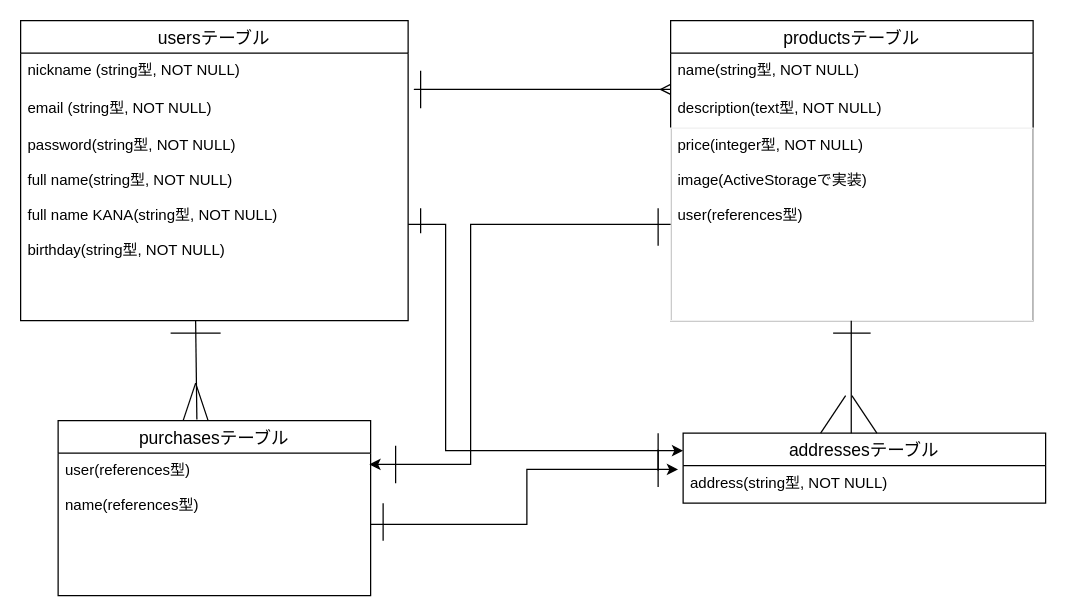
akaohiroki/furima-30204 keeps this draw.io diagram as test.dio. Above is the earlier version. Source tidied: cells renumbered, new cells numbered last; positions are measured from the earlier drawing's top-left corner, leaving out a move shared by most shapes. Both pictures are drawn from the tidied source at 125%, with x=0, y=0 at pixel (20, 20).
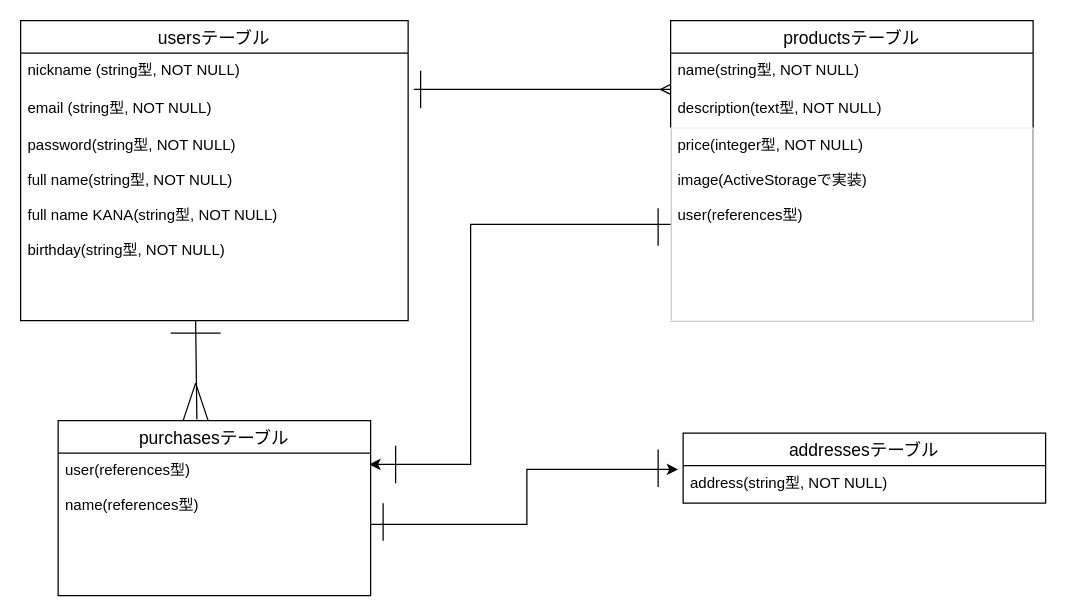
The same diagram, later.

Commit message (it also covers changes not shown here):
README, ER図の作成(修正)

The change refers to these unchanged cells:
```xml
<mxCell id="5" value="password(string型, NOT NULL)&#10;&#10;full name(string型, NOT NULL)&#10;&#10;full name KANA(string型, NOT NULL)&#10;&#10;birthday(string型, NOT NULL)" style="text;strokeColor=none;fillColor=none;spacingLeft=4;spacingRight=4;overflow=hidden;points=[[0,0.5],[1,0.5]];portConstraint=eastwest;fontSize=12;" parent="2" vertex="1">
  <mxGeometry y="86" width="310" height="154" as="geometry" />
</mxCell>
<mxCell id="12" value="addressesテーブル" style="swimlane;fontStyle=0;horizontal=1;startSize=26;align=center;fontSize=14;" parent="1" vertex="1">
  <mxGeometry x="530" y="330" width="290" height="56" as="geometry" />
</mxCell>
```

Change to the diagram source:
```diff
@@
-    <mxCell id="15" style="endArrow=none;html=1;" parent="1" edge="1">
-      <mxGeometry relative="1" as="geometry">
-        <mxPoint x="664.5" y="330" as="sourcePoint" />
-        <mxPoint x="664.5" y="240" as="targetPoint" />
-      </mxGeometry>
-    </mxCell>
-    <mxCell id="16" style="endArrow=none;html=1;" parent="1" edge="1">
-      <mxGeometry relative="1" as="geometry">
-        <mxPoint x="640" y="330" as="sourcePoint" />
-        <mxPoint x="660" y="300" as="targetPoint" />
-      </mxGeometry>
-    </mxCell>
-    <mxCell id="17" style="endArrow=none;html=1;" parent="1" edge="1">
-      <mxGeometry relative="1" as="geometry">
-        <mxPoint x="685" y="330" as="sourcePoint" />
-        <mxPoint x="665" y="300" as="targetPoint" />
-      </mxGeometry>
-    </mxCell>
@@
-    <mxCell id="25" style="edgeStyle=orthogonalEdgeStyle;rounded=0;jettySize=auto;html=1;exitX=1;exitY=0.5;exitDx=0;exitDy=0;entryX=0;entryY=0.25;entryDx=0;entryDy=0;" parent="1" edge="1" source="5" target="12">
-      <mxGeometry relative="1" as="geometry">
-        <Array as="points">
-          <mxPoint x="340" y="163" />
-          <mxPoint x="340" y="344" />
-        </Array>
-      </mxGeometry>
-    </mxCell>
-    <mxCell id="26" style="endArrow=none;html=1;" parent="1" edge="1">
-      <mxGeometry relative="1" as="geometry">
-        <mxPoint x="510" y="360" as="sourcePoint" />
-        <mxPoint x="510" y="330" as="targetPoint" />
-      </mxGeometry>
-    </mxCell>
-    <mxCell id="27" style="endArrow=none;html=1;" parent="1" edge="1">
-      <mxGeometry relative="1" as="geometry">
-        <mxPoint x="320" y="170" as="sourcePoint" />
-        <mxPoint x="320" y="150" as="targetPoint" />
-        <Array as="points">
-          <mxPoint x="320" y="150" />
-        </Array>
-      </mxGeometry>
-    </mxCell>
@@
-    <mxCell id="32" style="endArrow=none;html=1;" parent="1" edge="1">
-      <mxGeometry relative="1" as="geometry">
-        <mxPoint x="650" y="250" as="sourcePoint" />
-        <mxPoint x="680" y="250" as="targetPoint" />
-      </mxGeometry>
-    </mxCell>
```
